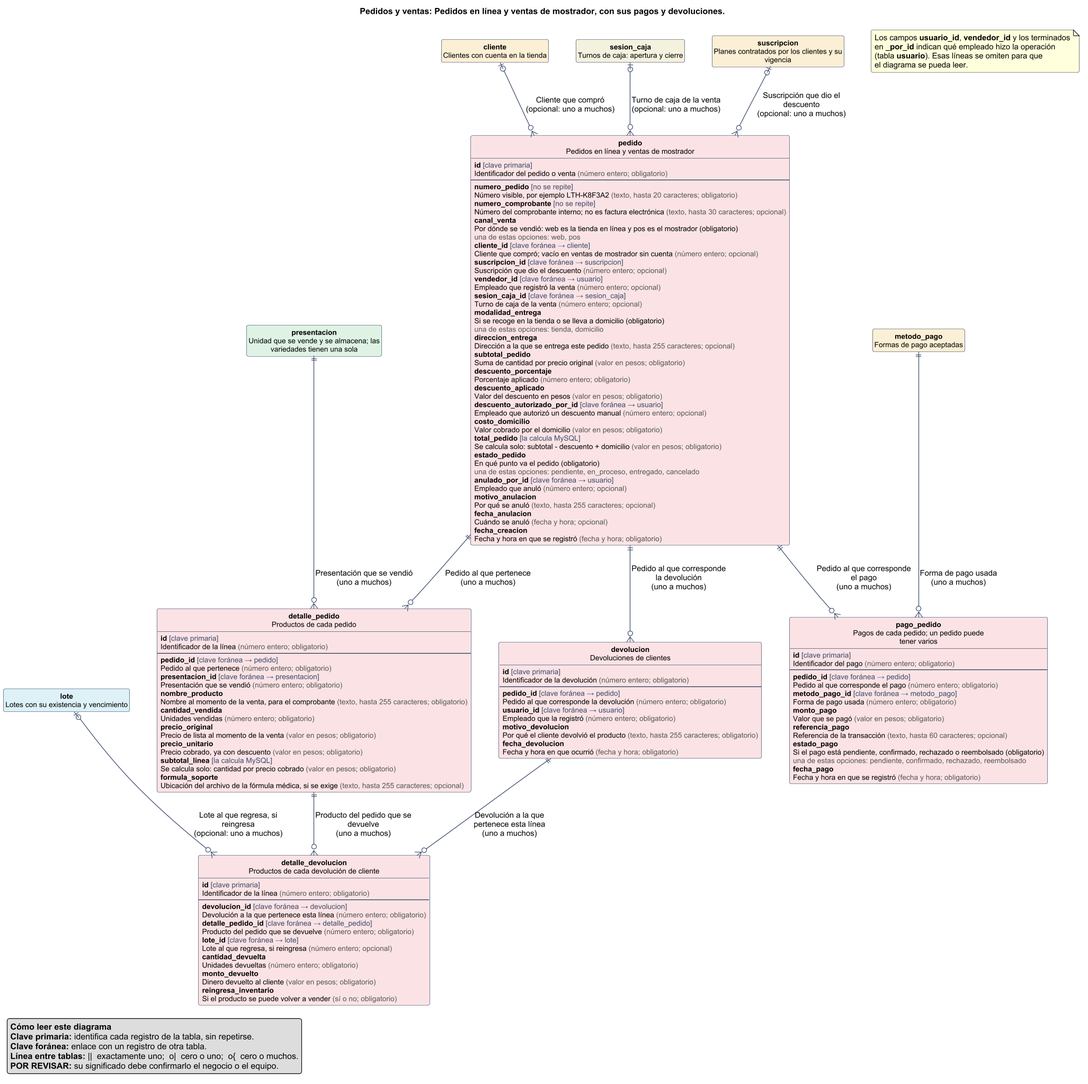
This is docs/base-de-datos/diagramas/modulo-ventas.png from jhean1/DrogueriaYvariedadesLosTresHermanos, a PlantUML export, as it was before one commit. The source it was exported from:
```plantuml
@startuml modulo-ventas
!pragma layout smetana
title Pedidos y ventas: Pedidos en línea y ventas de mostrador, con sus pagos y devoluciones.
hide methods
hide stereotype
hide circle
skinparam shadowing false
skinparam roundCorner 6
skinparam defaultFontName Arial
skinparam dpi 110
skinparam ArrowColor #3A4A6B
skinparam ArrowThickness 1.1
skinparam nodesep 45
skinparam ranksep 55
skinparam class {
  BackgroundColor White
  BorderColor #10224D
  FontSize 13
  AttributeFontSize 12
}
skinparam package {
  BorderColor #8A94A8
  FontSize 16
  FontStyle bold
  BackgroundColor transparent
}
entity "**pedido**\nPedidos en línea y ventas de mostrador" as pedido #FBE3E4 {
  {field} **id** <color:#3A4A6B>[clave primaria]</color>
  {field} Identificador del pedido o venta <color:#555555>(número entero; obligatorio)</color>
  --
  {field} **numero_pedido** <color:#3A4A6B>[no se repite]</color>
  {field} Número visible, por ejemplo LTH-K8F3A2 <color:#555555>(texto, hasta 20 caracteres; obligatorio)</color>
  {field} **numero_comprobante** <color:#3A4A6B>[no se repite]</color>
  {field} Número del comprobante interno; no es factura electrónica <color:#555555>(texto, hasta 30 caracteres; opcional)</color>
  {field} **canal_venta**
  {field} Por dónde se vendió: web es la tienda en línea y pos es el mostrador (obligatorio)
  {field} <color:#555555>una de estas opciones: web, pos</color>
  {field} **cliente_id** <color:#3A4A6B>[clave foránea → cliente]</color>
  {field} Cliente que compró; vacío en ventas de mostrador sin cuenta <color:#555555>(número entero; opcional)</color>
  {field} **suscripcion_id** <color:#3A4A6B>[clave foránea → suscripcion]</color>
  {field} Suscripción que dio el descuento <color:#555555>(número entero; opcional)</color>
  {field} **vendedor_id** <color:#3A4A6B>[clave foránea → usuario]</color>
  {field} Empleado que registró la venta <color:#555555>(número entero; opcional)</color>
  {field} **sesion_caja_id** <color:#3A4A6B>[clave foránea → sesion_caja]</color>
  {field} Turno de caja de la venta <color:#555555>(número entero; opcional)</color>
  {field} **modalidad_entrega**
  {field} Si se recoge en la tienda o se lleva a domicilio (obligatorio)
  {field} <color:#555555>una de estas opciones: tienda, domicilio</color>
  {field} **direccion_entrega**
  {field} Dirección a la que se entrega este pedido <color:#555555>(texto, hasta 255 caracteres; opcional)</color>
  {field} **subtotal_pedido**
  {field} Suma de cantidad por precio original <color:#555555>(valor en pesos; obligatorio)</color>
  {field} **descuento_porcentaje**
  {field} Porcentaje aplicado <color:#555555>(número entero; obligatorio)</color>
  {field} **descuento_aplicado**
  {field} Valor del descuento en pesos <color:#555555>(valor en pesos; obligatorio)</color>
  {field} **descuento_autorizado_por_id** <color:#3A4A6B>[clave foránea → usuario]</color>
  {field} Empleado que autorizó un descuento manual <color:#555555>(número entero; opcional)</color>
  {field} **costo_domicilio**
  {field} Valor cobrado por el domicilio <color:#555555>(valor en pesos; obligatorio)</color>
  {field} **total_pedido** <color:#3A4A6B>[la calcula MySQL]</color>
  {field} Se calcula solo: subtotal - descuento + domicilio <color:#555555>(valor en pesos; obligatorio)</color>
  {field} **estado_pedido**
  {field} En qué punto va el pedido (obligatorio)
  {field} <color:#555555>una de estas opciones: pendiente, en_proceso, entregado, cancelado</color>
  {field} **anulado_por_id** <color:#3A4A6B>[clave foránea → usuario]</color>
  {field} Empleado que anuló <color:#555555>(número entero; opcional)</color>
  {field} **motivo_anulacion**
  {field} Por qué se anuló <color:#555555>(texto, hasta 255 caracteres; opcional)</color>
  {field} **fecha_anulacion**
  {field} Cuándo se anuló <color:#555555>(fecha y hora; opcional)</color>
  {field} **fecha_creacion**
  {field} Fecha y hora en que se registró <color:#555555>(fecha y hora; obligatorio)</color>
}
entity "**detalle_pedido**\nProductos de cada pedido" as detalle_pedido #FBE3E4 {
  {field} **id** <color:#3A4A6B>[clave primaria]</color>
  {field} Identificador de la línea <color:#555555>(número entero; obligatorio)</color>
  --
  {field} **pedido_id** <color:#3A4A6B>[clave foránea → pedido]</color>
  {field} Pedido al que pertenece <color:#555555>(número entero; obligatorio)</color>
  {field} **presentacion_id** <color:#3A4A6B>[clave foránea → presentacion]</color>
  {field} Presentación que se vendió <color:#555555>(número entero; obligatorio)</color>
  {field} **nombre_producto**
  {field} Nombre al momento de la venta, para el comprobante <color:#555555>(texto, hasta 255 caracteres; obligatorio)</color>
  {field} **cantidad_vendida**
  {field} Unidades vendidas <color:#555555>(número entero; obligatorio)</color>
  {field} **precio_original**
  {field} Precio de lista al momento de la venta <color:#555555>(valor en pesos; obligatorio)</color>
  {field} **precio_unitario**
  {field} Precio cobrado, ya con descuento <color:#555555>(valor en pesos; obligatorio)</color>
  {field} **subtotal_linea** <color:#3A4A6B>[la calcula MySQL]</color>
  {field} Se calcula solo: cantidad por precio cobrado <color:#555555>(valor en pesos; obligatorio)</color>
  {field} **formula_soporte**
  {field} Ubicación del archivo de la fórmula médica, si se exige <color:#555555>(texto, hasta 255 caracteres; opcional)</color>
}
entity "**pago_pedido**\nPagos de cada pedido; un pedido puede\ntener varios" as pago_pedido #FBE3E4 {
  {field} **id** <color:#3A4A6B>[clave primaria]</color>
  {field} Identificador del pago <color:#555555>(número entero; obligatorio)</color>
  --
  {field} **pedido_id** <color:#3A4A6B>[clave foránea → pedido]</color>
  {field} Pedido al que corresponde el pago <color:#555555>(número entero; obligatorio)</color>
  {field} **metodo_pago_id** <color:#3A4A6B>[clave foránea → metodo_pago]</color>
  {field} Forma de pago usada <color:#555555>(número entero; obligatorio)</color>
  {field} **monto_pago**
  {field} Valor que se pagó <color:#555555>(valor en pesos; obligatorio)</color>
  {field} **referencia_pago**
  {field} Referencia de la transacción <color:#555555>(texto, hasta 60 caracteres; opcional)</color>
  {field} **estado_pago**
  {field} Si el pago está pendiente, confirmado, rechazado o reembolsado (obligatorio)
  {field} <color:#555555>una de estas opciones: pendiente, confirmado, rechazado, reembolsado</color>
  {field} **fecha_pago**
  {field} Fecha y hora en que se registró <color:#555555>(fecha y hora; obligatorio)</color>
}
entity "**devolucion**\nDevoluciones de clientes" as devolucion #FBE3E4 {
  {field} **id** <color:#3A4A6B>[clave primaria]</color>
  {field} Identificador de la devolución <color:#555555>(número entero; obligatorio)</color>
  --
  {field} **pedido_id** <color:#3A4A6B>[clave foránea → pedido]</color>
  {field} Pedido al que corresponde la devolución <color:#555555>(número entero; obligatorio)</color>
  {field} **usuario_id** <color:#3A4A6B>[clave foránea → usuario]</color>
  {field} Empleado que la registró <color:#555555>(número entero; obligatorio)</color>
  {field} **motivo_devolucion**
  {field} Por qué el cliente devolvió el producto <color:#555555>(texto, hasta 255 caracteres; obligatorio)</color>
  {field} **fecha_devolucion**
  {field} Fecha y hora en que ocurrió <color:#555555>(fecha y hora; obligatorio)</color>
}
entity "**detalle_devolucion**\nProductos de cada devolución de cliente" as detalle_devolucion #FBE3E4 {
  {field} **id** <color:#3A4A6B>[clave primaria]</color>
  {field} Identificador de la línea <color:#555555>(número entero; obligatorio)</color>
  --
  {field} **devolucion_id** <color:#3A4A6B>[clave foránea → devolucion]</color>
  {field} Devolución a la que pertenece esta línea <color:#555555>(número entero; obligatorio)</color>
  {field} **detalle_pedido_id** <color:#3A4A6B>[clave foránea → detalle_pedido]</color>
  {field} Producto del pedido que se devuelve <color:#555555>(número entero; obligatorio)</color>
  {field} **lote_id** <color:#3A4A6B>[clave foránea → lote]</color>
  {field} Lote al que regresa, si reingresa <color:#555555>(número entero; opcional)</color>
  {field} **cantidad_devuelta**
  {field} Unidades devueltas <color:#555555>(número entero; obligatorio)</color>
  {field} **monto_devuelto**
  {field} Dinero devuelto al cliente <color:#555555>(valor en pesos; obligatorio)</color>
  {field} **reingresa_inventario**
  {field} Si el producto se puede volver a vender <color:#555555>(sí o no; obligatorio)</color>
}
entity "**cliente**\nClientes con cuenta en la tienda" as cliente #FBEFD5
hide cliente members
entity "**lote**\nLotes con su existencia y vencimiento" as lote #DDF1F6
hide lote members
entity "**metodo_pago**\nFormas de pago aceptadas" as metodo_pago #FBEFD5
hide metodo_pago members
entity "**presentacion**\nUnidad que se vende y se almacena; las\nvariedades tienen una sola" as presentacion #DFF3E4
hide presentacion members
entity "**sesion_caja**\nTurnos de caja: apertura y cierre" as sesion_caja #F4F1DE
hide sesion_caja members
entity "**suscripcion**\nPlanes contratados por los clientes y su\nvigencia" as suscripcion #FBEFD5
hide suscripcion members
cliente |o--o{ pedido : "Cliente que compró\n(opcional: uno a muchos)"
sesion_caja |o--o{ pedido : "Turno de caja de la venta\n(opcional: uno a muchos)"
suscripcion |o--o{ pedido : "Suscripción que dio el\ndescuento\n(opcional: uno a muchos)"
pedido ||--o{ detalle_pedido : "Pedido al que pertenece\n(uno a muchos)"
presentacion ||--o{ detalle_pedido : "Presentación que se vendió\n(uno a muchos)"
metodo_pago ||--o{ pago_pedido : "Forma de pago usada\n(uno a muchos)"
pedido ||--o{ pago_pedido : "Pedido al que corresponde\nel pago\n(uno a muchos)"
pedido ||--o{ devolucion : "Pedido al que corresponde\nla devolución\n(uno a muchos)"
detalle_pedido ||--o{ detalle_devolucion : "Producto del pedido que se\ndevuelve\n(uno a muchos)"
devolucion ||--o{ detalle_devolucion : "Devolución a la que\npertenece esta línea\n(uno a muchos)"
lote |o--o{ detalle_devolucion : "Lote al que regresa, si\nreingresa\n(opcional: uno a muchos)"
note as N
Los campos **usuario_id**, **vendedor_id** y los terminados
en **_por_id** indican qué empleado hizo la operación
(tabla **usuario**). Esas líneas se omiten para que
el diagrama se pueda leer.
end note
legend left
  **Cómo leer este diagrama**
  **Clave primaria:** identifica cada registro de la tabla, sin repetirse.
  **Clave foránea:** enlace con un registro de otra tabla.
  **Línea entre tablas:** ||  exactamente uno;  o|  cero o uno;  o{  cero o muchos.
  **POR REVISAR:** su significado debe confirmarlo el negocio o el equipo.
endlegend
@enduml
```
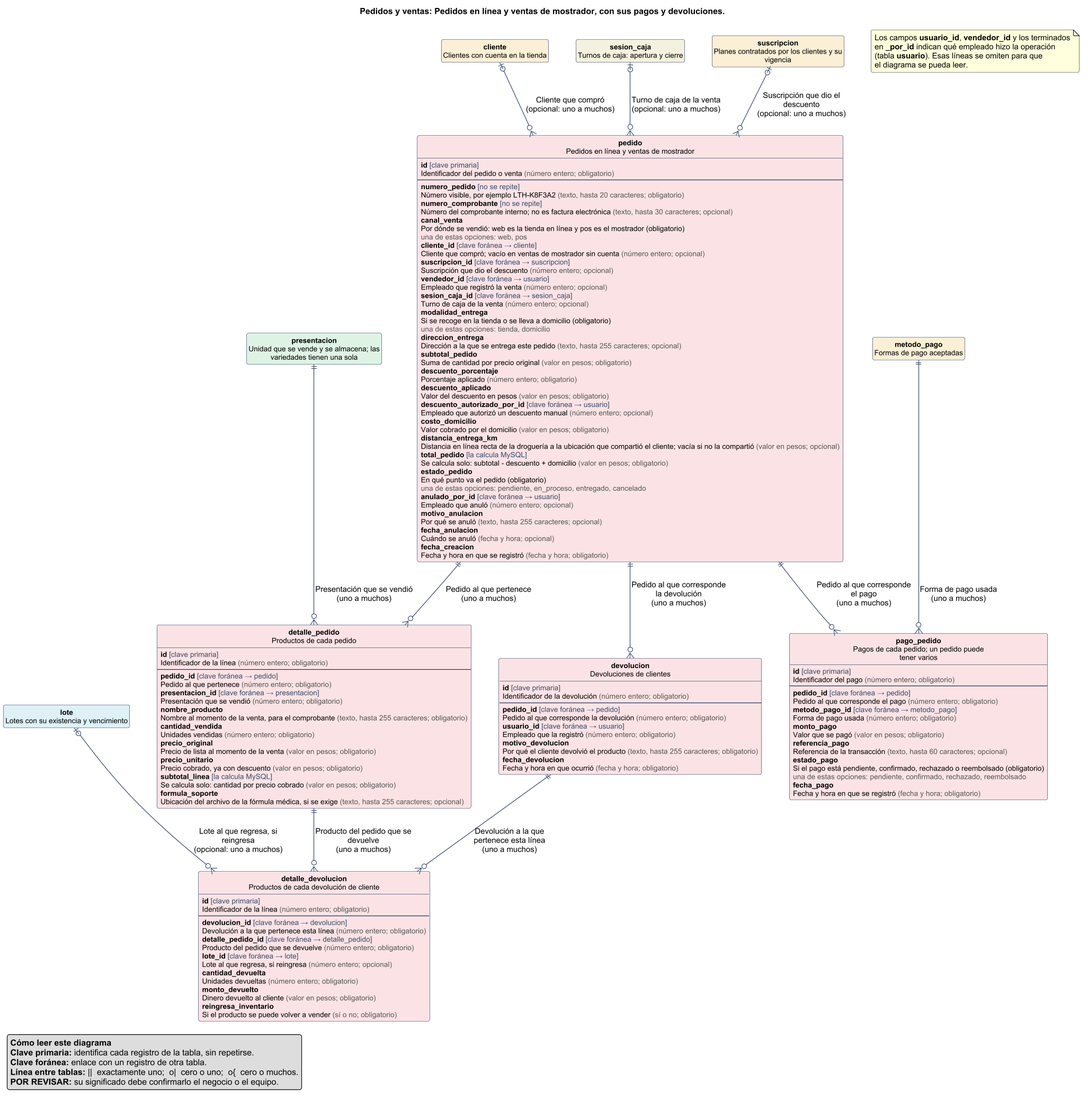
After the commit.

Change to the diagram source:
```diff
@@ -58,6 +58,8 @@
   {field} Empleado que autorizó un descuento manual <color:#555555>(número entero; opcional)</color>
   {field} **costo_domicilio**
   {field} Valor cobrado por el domicilio <color:#555555>(valor en pesos; obligatorio)</color>
+  {field} **distancia_entrega_km**
+  {field} Distancia en línea recta de la droguería a la ubicación que compartió el cliente; vacía si no la compartió <color:#555555>(valor en pesos; opcional)</color>
   {field} **total_pedido** <color:#3A4A6B>[la calcula MySQL]</color>
   {field} Se calcula solo: subtotal - descuento + domicilio <color:#555555>(valor en pesos; obligatorio)</color>
   {field} **estado_pedido**
```
